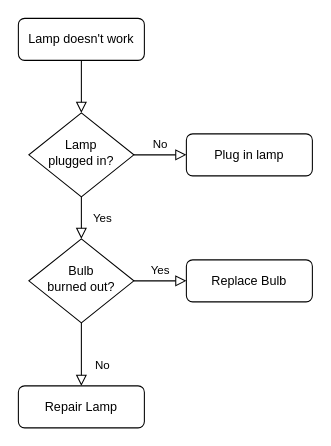
Before: 未命名绘图.drawio in VikiLee/wechat_share, a draw.io diagram. Source tidied: cells renumbered, new cells numbered last; positions are measured from the earlier drawing's top-left corner, leaving out a move shared by most shapes. Both pictures are drawn from the tidied source at 105%, with x=0, y=0 at pixel (18, 18).
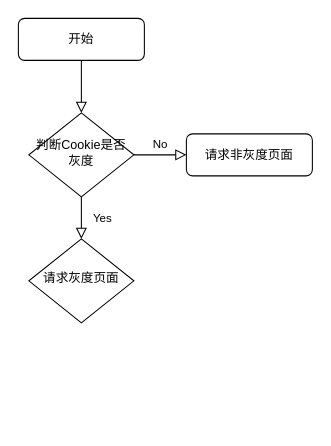
After the change.

Commit message (it also covers changes not shown here):
专利-灰度策略.drawio

Diff of the diagram source:
```diff
@@
 <mxGraphModel>
   <root>
     <mxCell id="0" />
     <mxCell id="1" parent="0" />
     <mxCell id="2" style="rounded=0;html=1;jettySize=auto;fontSize=11;endArrow=block;endFill=0;endSize=8;strokeWidth=1;shadow=0;labelBackgroundColor=none;edgeStyle=orthogonalEdgeStyle;" parent="1" edge="1" source="3" target="6">
       <mxGeometry relative="1" as="geometry" />
     </mxCell>
-    <mxCell id="3" value="Lamp doesn't work" style="rounded=1;whiteSpace=wrap;html=1;fontSize=12;glass=0;strokeWidth=1;shadow=0;" parent="1" vertex="1">
+    <mxCell id="3" value="开始" style="rounded=1;whiteSpace=wrap;html=1;fontSize=12;glass=0;strokeWidth=1;shadow=0;" parent="1" vertex="1">
       <mxGeometry width="120" height="40" as="geometry" />
     </mxCell>
     <mxCell id="4" value="Yes" style="rounded=0;html=1;jettySize=auto;fontSize=11;endArrow=block;endFill=0;endSize=8;strokeWidth=1;shadow=0;labelBackgroundColor=none;edgeStyle=orthogonalEdgeStyle;" parent="1" edge="1" source="6" target="10">
       <mxGeometry y="20" relative="1" as="geometry" />
     </mxCell>
     <mxCell id="5" value="No" style="edgeStyle=orthogonalEdgeStyle;rounded=0;html=1;jettySize=auto;fontSize=11;endArrow=block;endFill=0;endSize=8;strokeWidth=1;shadow=0;labelBackgroundColor=none;" parent="1" edge="1" source="6" target="7">
       <mxGeometry y="10" relative="1" as="geometry" />
     </mxCell>
-    <mxCell id="6" value="Lamp&lt;br&gt;plugged in?" style="rhombus;whiteSpace=wrap;html=1;shadow=0;fontFamily=Helvetica;fontSize=12;align=center;strokeWidth=1;spacing=6;spacingTop=-4;" parent="1" vertex="1">
+    <mxCell id="6" value="判断Cookie是否灰度" style="rhombus;whiteSpace=wrap;html=1;shadow=0;fontFamily=Helvetica;fontSize=12;align=center;strokeWidth=1;spacing=6;spacingTop=-4;" parent="1" vertex="1">
       <mxGeometry x="10" y="90" width="100" height="80" as="geometry" />
     </mxCell>
-    <mxCell id="7" value="Plug in lamp" style="rounded=1;whiteSpace=wrap;html=1;fontSize=12;glass=0;strokeWidth=1;shadow=0;" parent="1" vertex="1">
+    <mxCell id="7" value="请求非灰度页面" style="rounded=1;whiteSpace=wrap;html=1;fontSize=12;glass=0;strokeWidth=1;shadow=0;" parent="1" vertex="1">
       <mxGeometry x="160" y="110" width="120" height="40" as="geometry" />
     </mxCell>
-    <mxCell id="8" value="No" style="rounded=0;html=1;jettySize=auto;fontSize=11;endArrow=block;endFill=0;endSize=8;strokeWidth=1;shadow=0;labelBackgroundColor=none;edgeStyle=orthogonalEdgeStyle;" parent="1" edge="1" source="10" target="11">
-      <mxGeometry x="0.33" y="20" relative="1" as="geometry" />
-    </mxCell>
-    <mxCell id="9" value="Yes" style="edgeStyle=orthogonalEdgeStyle;rounded=0;html=1;jettySize=auto;fontSize=11;endArrow=block;endFill=0;endSize=8;strokeWidth=1;shadow=0;labelBackgroundColor=none;" parent="1" edge="1" source="10" target="12">
-      <mxGeometry y="10" relative="1" as="geometry" />
-    </mxCell>
-    <mxCell id="10" value="Bulb&lt;br&gt;burned out?" style="rhombus;whiteSpace=wrap;html=1;shadow=0;fontFamily=Helvetica;fontSize=12;align=center;strokeWidth=1;spacing=6;spacingTop=-4;" parent="1" vertex="1">
+    <mxCell id="10" value="请求灰度页面" style="rhombus;whiteSpace=wrap;html=1;shadow=0;fontFamily=Helvetica;fontSize=12;align=center;strokeWidth=1;spacing=6;spacingTop=-4;" parent="1" vertex="1">
       <mxGeometry x="10" y="210" width="100" height="80" as="geometry" />
     </mxCell>
-    <mxCell id="11" value="Repair Lamp" style="rounded=1;whiteSpace=wrap;html=1;fontSize=12;glass=0;strokeWidth=1;shadow=0;" parent="1" vertex="1">
-      <mxGeometry y="350" width="120" height="40" as="geometry" />
-    </mxCell>
-    <mxCell id="12" value="Replace Bulb" style="rounded=1;whiteSpace=wrap;html=1;fontSize=12;glass=0;strokeWidth=1;shadow=0;" parent="1" vertex="1">
-      <mxGeometry x="160" y="230" width="120" height="40" as="geometry" />
-    </mxCell>
   </root>
 </mxGraphModel>
```
